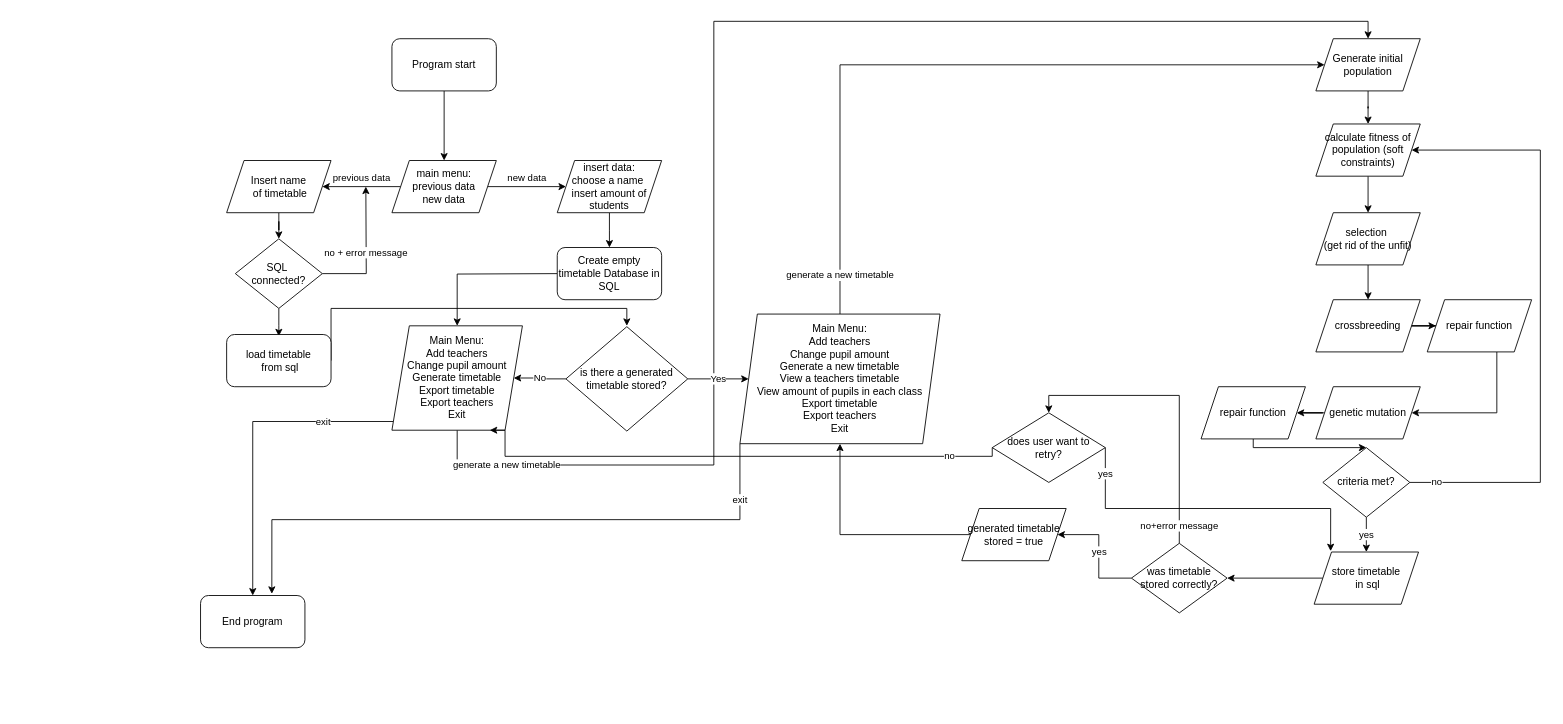
Fsmart2164/NEA-v1 keeps this draw.io diagram as NEA.drawio. Above is the earlier version. Source tidied: cells renumbered, new cells numbered last; positions are measured from the earlier drawing's top-left corner, leaving out a move shared by most shapes. Both pictures are drawn from the tidied source at 87%, with x=0, y=0 at pixel (200, 21).
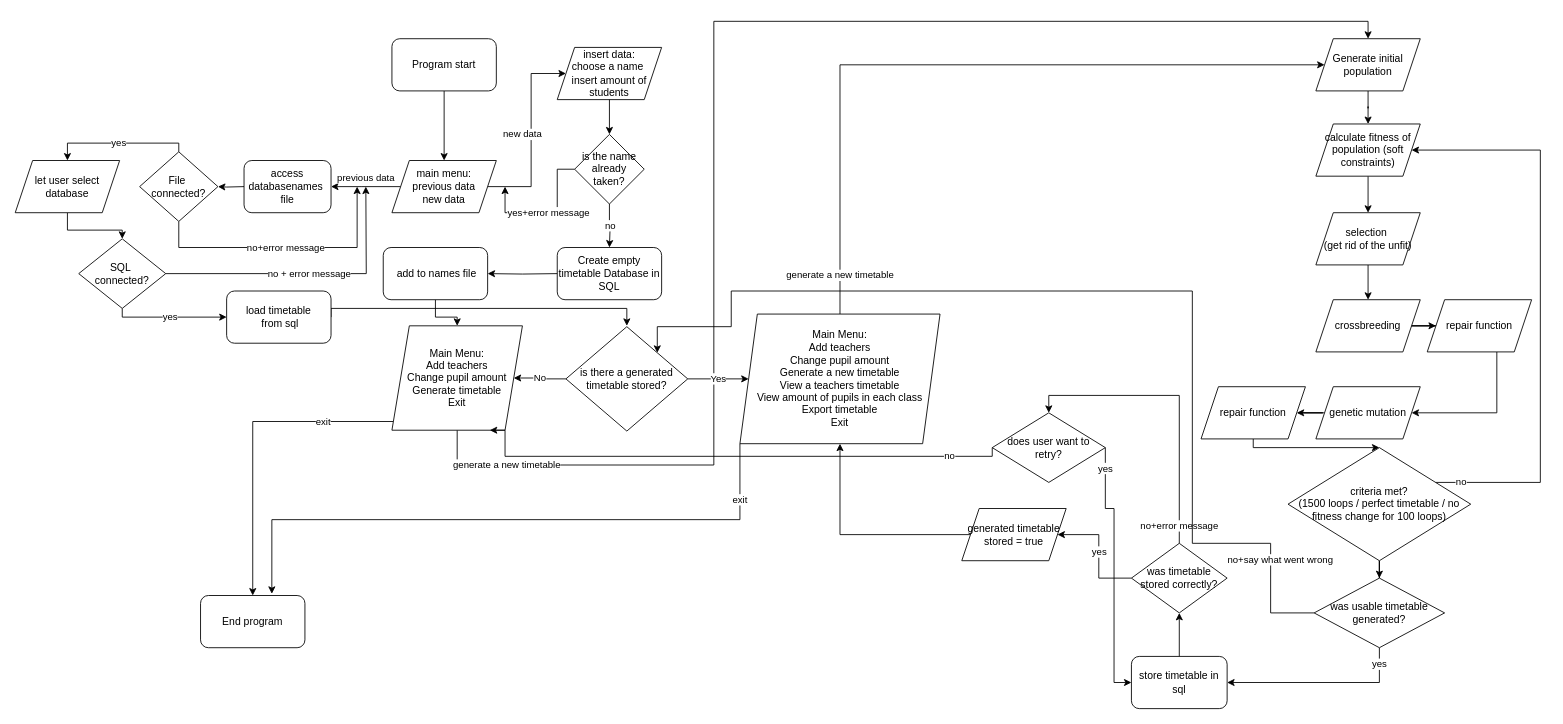
The same page after the edit.

Unchanged cells that the change refers to:
```xml
<mxCell id="6" value="main menu:&lt;br&gt;previous data&lt;br&gt;new data" style="shape=parallelogram;perimeter=parallelogramPerimeter;whiteSpace=wrap;html=1;fixedSize=1;" parent="1" vertex="1">
  <mxGeometry x="220" y="160" width="120" height="60" as="geometry" />
</mxCell>
<mxCell id="21" value="is there a generated timetable stored?" style="rhombus;whiteSpace=wrap;html=1;" parent="1" vertex="1">
  <mxGeometry x="420" y="351" width="140" height="120" as="geometry" />
</mxCell>
<mxCell id="24" value="&lt;div&gt;Create empty timetable Database in SQL&lt;/div&gt;" style="rounded=1;whiteSpace=wrap;html=1;" parent="1" vertex="1">
  <mxGeometry x="410" y="260" width="120" height="60" as="geometry" />
</mxCell>
<mxCell id="47" value="was timetable stored correctly?" style="rhombus;whiteSpace=wrap;html=1;" parent="1" vertex="1">
  <mxGeometry x="1070" y="600" width="110" height="80" as="geometry" />
</mxCell>
<mxCell id="50" value="does user want to retry?" style="rhombus;whiteSpace=wrap;html=1;" parent="1" vertex="1">
  <mxGeometry x="910" y="450" width="130" height="80" as="geometry" />
</mxCell>
```

The edit, as a diff of the source:
```diff
@@
-    <mxCell id="4" value="previous data" style="edgeStyle=orthogonalEdgeStyle;rounded=0;jettySize=auto;html=1;" parent="1" edge="1" source="6" target="8">
-      <mxGeometry y="-10" relative="1" as="geometry" />
+    <mxCell id="4" value="previous data" style="edgeStyle=orthogonalEdgeStyle;rounded=0;jettySize=auto;html=1;entryX=1;entryY=0.5;entryDx=0;entryDy=0;" parent="1" edge="1" source="6">
+      <mxGeometry y="-10" relative="1" as="geometry">
+        <mxPoint x="150" y="190" as="targetPoint" />
+      </mxGeometry>
     </mxCell>
     <mxCell id="5" value="new data" style="edgeStyle=orthogonalEdgeStyle;rounded=0;jettySize=auto;html=1;" parent="1" edge="1" source="6" target="14">
-      <mxGeometry y="10" relative="1" as="geometry" />
+      <mxGeometry y="10" relative="1" as="geometry">
+        <Array as="points">
+          <mxPoint x="380" y="190" />
+          <mxPoint x="380" y="60" />
+        </Array>
+      </mxGeometry>
     </mxCell>
@@
-    <mxCell id="8" value="&lt;div&gt;&lt;span style=&quot;background-color: transparent; color: light-dark(rgb(0, 0, 0), rgb(255, 255, 255));&quot;&gt;Insert name&lt;/span&gt;&lt;/div&gt;&lt;div&gt;&lt;span style=&quot;background-color: transparent; color: light-dark(rgb(0, 0, 0), rgb(255, 255, 255));&quot;&gt;&amp;nbsp;of timetable&lt;/span&gt;&lt;/div&gt;" style="shape=parallelogram;perimeter=parallelogramPerimeter;whiteSpace=wrap;html=1;fixedSize=1;" parent="1" vertex="1">
-      <mxGeometry x="30" y="160" width="120" height="60" as="geometry" />
+    <mxCell id="8" value="&lt;div&gt;let user select database&lt;/div&gt;" style="shape=parallelogram;perimeter=parallelogramPerimeter;whiteSpace=wrap;html=1;fixedSize=1;" parent="1" vertex="1">
+      <mxGeometry x="-213" y="160" width="120" height="60" as="geometry" />
     </mxCell>
@@
-    <mxCell id="10" style="edgeStyle=orthogonalEdgeStyle;rounded=0;jettySize=auto;html=1;" parent="1" edge="1" source="11">
+    <mxCell id="10" value="yes" style="edgeStyle=orthogonalEdgeStyle;rounded=0;jettySize=auto;html=1;entryX=0;entryY=0.5;entryDx=0;entryDy=0;" parent="1" edge="1" source="11" target="25">
       <mxGeometry relative="1" as="geometry">
-        <mxPoint x="90" y="362" as="targetPoint" />
+        <Array as="points">
+          <mxPoint x="-90" y="340" />
+        </Array>
       </mxGeometry>
     </mxCell>
     <mxCell id="11" value="SQL&amp;nbsp;&lt;div&gt;connected?&lt;/div&gt;" style="rhombus;whiteSpace=wrap;html=1;" parent="1" vertex="1">
-      <mxGeometry x="40" y="250" width="100" height="80" as="geometry" />
+      <mxGeometry x="-140" y="250" width="100" height="80" as="geometry" />
     </mxCell>
@@
-    <mxCell id="13" style="edgeStyle=orthogonalEdgeStyle;rounded=0;jettySize=auto;html=1;" parent="1" edge="1" source="14">
+    <mxCell id="13" value="no" style="edgeStyle=orthogonalEdgeStyle;rounded=0;jettySize=auto;html=1;entryX=0.5;entryY=0;entryDx=0;entryDy=0;" parent="1" edge="1" source="63" target="24">
       <mxGeometry relative="1" as="geometry">
-        <mxPoint x="470" y="260" as="targetPoint" />
+        <Array as="points">
+          <mxPoint x="470" y="230" />
+          <mxPoint x="471" y="260" />
+        </Array>
       </mxGeometry>
     </mxCell>
     <mxCell id="14" value="&lt;div&gt;insert data:&lt;/div&gt;choose a name&lt;span style=&quot;background-color: transparent; color: light-dark(rgb(0, 0, 0), rgb(255, 255, 255));&quot;&gt;&amp;nbsp;&lt;/span&gt;&lt;div&gt;&lt;span style=&quot;background-color: transparent; color: light-dark(rgb(0, 0, 0), rgb(255, 255, 255));&quot;&gt;insert amount of students&lt;/span&gt;&lt;/div&gt;" style="shape=parallelogram;perimeter=parallelogramPerimeter;whiteSpace=wrap;html=1;fixedSize=1;" parent="1" vertex="1">
-      <mxGeometry x="410" y="160" width="120" height="60" as="geometry" />
+      <mxGeometry x="410" y="30" width="120" height="60" as="geometry" />
     </mxCell>
-    <mxCell id="15" style="edgeStyle=orthogonalEdgeStyle;rounded=0;jettySize=auto;html=1;entryX=0.5;entryY=0;entryDx=0;entryDy=0;" parent="1" edge="1" target="18">
-      <mxGeometry relative="1" as="geometry">
-        <mxPoint x="410" y="290" as="sourcePoint" />
-      </mxGeometry>
+    <mxCell id="15" style="edgeStyle=orthogonalEdgeStyle;rounded=0;jettySize=auto;html=1;entryX=0.5;entryY=0;entryDx=0;entryDy=0;" parent="1" edge="1" source="65" target="18">
+      <mxGeometry relative="1" as="geometry" />
     </mxCell>
@@
-    <mxCell id="18" value="Main Menu:&lt;div&gt;Add teachers&lt;/div&gt;&lt;div&gt;&lt;span style=&quot;background-color: transparent; color: light-dark(rgb(0, 0, 0), rgb(255, 255, 255));&quot;&gt;Change pupil amount&lt;/span&gt;&lt;/div&gt;&lt;div&gt;&lt;div&gt;Generate timetable&lt;/div&gt;&lt;/div&gt;&lt;div&gt;Export timetable&lt;/div&gt;&lt;div&gt;Export teachers&lt;/div&gt;&lt;div&gt;Exit&lt;/div&gt;" style="shape=parallelogram;perimeter=parallelogramPerimeter;whiteSpace=wrap;html=1;fixedSize=1;" parent="1" vertex="1">
+    <mxCell id="18" value="Main Menu:&lt;div&gt;Add teachers&lt;/div&gt;&lt;div&gt;&lt;span style=&quot;background-color: transparent; color: light-dark(rgb(0, 0, 0), rgb(255, 255, 255));&quot;&gt;Change pupil amount&lt;/span&gt;&lt;/div&gt;&lt;div&gt;&lt;div&gt;Generate timetable&lt;/div&gt;&lt;/div&gt;&lt;div&gt;Exit&lt;/div&gt;" style="shape=parallelogram;perimeter=parallelogramPerimeter;whiteSpace=wrap;html=1;fixedSize=1;" parent="1" vertex="1">
       <mxGeometry x="220" y="350" width="150" height="120" as="geometry" />
     </mxCell>
@@
-    <mxCell id="23" value="Main Menu:&lt;div&gt;Add teachers&lt;/div&gt;&lt;div&gt;Change pupil amount&lt;/div&gt;&lt;div&gt;Generate a new timetable&lt;/div&gt;&lt;div&gt;View a teachers timetable&lt;/div&gt;&lt;div&gt;View amount of pupils in each class&lt;/div&gt;&lt;div&gt;&lt;div&gt;Export timetable&lt;/div&gt;&lt;div&gt;Export teachers&lt;/div&gt;&lt;/div&gt;&lt;div&gt;Exit&lt;/div&gt;" style="shape=parallelogram;perimeter=parallelogramPerimeter;whiteSpace=wrap;html=1;fixedSize=1;" parent="1" vertex="1">
+    <mxCell id="23" value="Main Menu:&lt;div&gt;Add teachers&lt;/div&gt;&lt;div&gt;Change pupil amount&lt;/div&gt;&lt;div&gt;Generate a new timetable&lt;/div&gt;&lt;div&gt;View a teachers timetable&lt;/div&gt;&lt;div&gt;View amount of pupils in each class&lt;/div&gt;&lt;div&gt;&lt;div&gt;Export timetable&lt;/div&gt;&lt;div&gt;&lt;span style=&quot;background-color: transparent; color: light-dark(rgb(0, 0, 0), rgb(255, 255, 255));&quot;&gt;Exit&lt;/span&gt;&lt;/div&gt;&lt;/div&gt;" style="shape=parallelogram;perimeter=parallelogramPerimeter;whiteSpace=wrap;html=1;fixedSize=1;" parent="1" vertex="1">
       <mxGeometry x="620" y="336.5" width="230" height="149" as="geometry" />
     </mxCell>
@@
     <mxCell id="25" value="&lt;div&gt;load timetable&lt;/div&gt;&lt;div&gt;&amp;nbsp;from sql&lt;/div&gt;" style="rounded=1;whiteSpace=wrap;html=1;" parent="1" vertex="1">
-      <mxGeometry x="30" y="360" width="120" height="60" as="geometry" />
+      <mxGeometry x="30" y="310" width="120" height="60" as="geometry" />
     </mxCell>
@@
-    <mxCell id="41" value="yes" style="edgeStyle=orthogonalEdgeStyle;rounded=0;jettySize=auto;html=1;" parent="1" edge="1" source="42" target="44">
-      <mxGeometry relative="1" as="geometry" />
-    </mxCell>
+    <mxCell id="55" style="edgeStyle=orthogonalEdgeStyle;rounded=0;jettySize=auto;html=1;" parent="1" edge="1" source="42" target="69">
+      <mxGeometry relative="1" as="geometry" />
+    </mxCell>
-    <mxCell id="42" value="criteria met?" style="rhombus;whiteSpace=wrap;html=1;" parent="1" vertex="1">
-      <mxGeometry x="1290" y="490" width="100" height="80" as="geometry" />
+    <mxCell id="42" value="criteria met?&lt;div&gt;(1500 loops / perfect timetable / no fitness change for 100 loops)&lt;/div&gt;" style="rhombus;whiteSpace=wrap;html=1;" parent="1" vertex="1">
+      <mxGeometry x="1250" y="490" width="210" height="130" as="geometry" />
     </mxCell>
-    <mxCell id="43" style="edgeStyle=orthogonalEdgeStyle;rounded=0;jettySize=auto;html=1;" parent="1" edge="1" source="44" target="47">
+    <mxCell id="43" style="edgeStyle=orthogonalEdgeStyle;rounded=0;jettySize=auto;html=1;exitX=0.5;exitY=0;exitDx=0;exitDy=0;" parent="1" edge="1" source="44" target="47">
       <mxGeometry relative="1" as="geometry" />
     </mxCell>
-    <mxCell id="44" value="store timetable&lt;div&gt;&amp;nbsp;in sql&lt;/div&gt;" style="shape=parallelogram;perimeter=parallelogramPerimeter;whiteSpace=wrap;html=1;fixedSize=1;" parent="1" vertex="1">
-      <mxGeometry x="1280" y="610" width="120" height="60" as="geometry" />
-    </mxCell>
@@
-    <mxCell id="51" value="yes" style="edgeStyle=orthogonalEdgeStyle;rounded=0;jettySize=auto;html=1;entryX=0.158;entryY=-0.017;entryDx=0;entryDy=0;entryPerimeter=0;" parent="1" edge="1" source="50" target="44">
+    <mxCell id="51" value="yes" style="edgeStyle=orthogonalEdgeStyle;rounded=0;jettySize=auto;html=1;entryX=0;entryY=0.5;entryDx=0;entryDy=0;" parent="1" edge="1" source="50" target="44">
       <mxGeometry x="-0.84" relative="1" as="geometry">
         <Array as="points">
           <mxPoint x="1040" y="560" />
-          <mxPoint x="1299" y="560" />
+          <mxPoint x="1050" y="560" />
+          <mxPoint x="1050" y="760" />
         </Array>
       </mxGeometry>
     </mxCell>
@@
+    <mxCell id="56" style="edgeStyle=orthogonalEdgeStyle;rounded=0;jettySize=auto;html=1;" parent="1" edge="1" target="59">
+      <mxGeometry relative="1" as="geometry">
+        <mxPoint x="50" y="190" as="sourcePoint" />
+      </mxGeometry>
+    </mxCell>
+    <mxCell id="57" value="yes" style="edgeStyle=orthogonalEdgeStyle;rounded=0;jettySize=auto;html=1;entryX=0.5;entryY=0;entryDx=0;entryDy=0;" parent="1" edge="1" source="59" target="8">
+      <mxGeometry relative="1" as="geometry">
+        <Array as="points">
+          <mxPoint x="-25" y="140" />
+          <mxPoint x="-153" y="140" />
+        </Array>
+      </mxGeometry>
+    </mxCell>
+    <mxCell id="58" value="no+error message" style="edgeStyle=orthogonalEdgeStyle;rounded=0;jettySize=auto;html=1;" parent="1" edge="1" source="59">
+      <mxGeometry relative="1" as="geometry">
+        <mxPoint x="180" y="190" as="targetPoint" />
+        <Array as="points">
+          <mxPoint x="-25" y="260" />
+          <mxPoint x="180" y="260" />
+        </Array>
+      </mxGeometry>
+    </mxCell>
+    <mxCell id="59" value="File&amp;nbsp;&lt;div&gt;connected?&lt;/div&gt;" style="rhombus;whiteSpace=wrap;html=1;" parent="1" vertex="1">
+      <mxGeometry x="-70" y="150" width="90" height="80" as="geometry" />
+    </mxCell>
+    <mxCell id="60" value="access databasenames&amp;nbsp;&lt;div&gt;file&lt;/div&gt;" style="rounded=1;whiteSpace=wrap;html=1;" parent="1" vertex="1">
+      <mxGeometry x="50" y="160" width="100" height="60" as="geometry" />
+    </mxCell>
+    <mxCell id="61" style="edgeStyle=orthogonalEdgeStyle;rounded=0;jettySize=auto;html=1;" parent="1" edge="1" source="14" target="63">
+      <mxGeometry relative="1" as="geometry" />
+    </mxCell>
+    <mxCell id="62" value="yes+error message" style="edgeStyle=orthogonalEdgeStyle;rounded=0;jettySize=auto;html=1;" parent="1" edge="1" source="63">
+      <mxGeometry relative="1" as="geometry">
+        <mxPoint x="350" y="190" as="targetPoint" />
+        <Array as="points">
+          <mxPoint x="410" y="170" />
+          <mxPoint x="410" y="220" />
+          <mxPoint x="350" y="220" />
+        </Array>
+      </mxGeometry>
+    </mxCell>
+    <mxCell id="63" value="is the name already taken?" style="rhombus;whiteSpace=wrap;html=1;" parent="1" vertex="1">
+      <mxGeometry x="430" y="130" width="80" height="80" as="geometry" />
+    </mxCell>
+    <mxCell id="64" style="edgeStyle=orthogonalEdgeStyle;rounded=0;jettySize=auto;html=1;entryX=1;entryY=0.5;entryDx=0;entryDy=0;" parent="1" edge="1" target="65">
+      <mxGeometry relative="1" as="geometry">
+        <mxPoint x="410" y="290" as="sourcePoint" />
+      </mxGeometry>
+    </mxCell>
+    <mxCell id="65" value="&amp;nbsp;add to names file" style="rounded=1;whiteSpace=wrap;html=1;" parent="1" vertex="1">
+      <mxGeometry x="210" y="260" width="120" height="60" as="geometry" />
+    </mxCell>
+    <mxCell id="66" value="yes" style="edgeStyle=orthogonalEdgeStyle;rounded=0;jettySize=auto;html=1;entryX=1;entryY=0.5;entryDx=0;entryDy=0;" parent="1" edge="1" source="69" target="44">
+      <mxGeometry x="-0.82" relative="1" as="geometry">
+        <Array as="points">
+          <mxPoint x="1355" y="760" />
+        </Array>
+      </mxGeometry>
+    </mxCell>
+    <mxCell id="67" style="edgeStyle=orthogonalEdgeStyle;rounded=0;jettySize=auto;html=1;entryX=1;entryY=0;entryDx=0;entryDy=0;" parent="1" edge="1" source="69" target="21">
+      <mxGeometry relative="1" as="geometry">
+        <Array as="points">
+          <mxPoint x="1230" y="680" />
+          <mxPoint x="1230" y="600" />
+          <mxPoint x="1140" y="600" />
+          <mxPoint x="1140" y="310" />
+          <mxPoint x="610" y="310" />
+          <mxPoint x="610" y="351" />
+          <mxPoint x="525" y="351" />
+        </Array>
+      </mxGeometry>
+    </mxCell>
+    <mxCell id="68" value="no+say what went wrong" style="edgeLabel;html=1;align=center;verticalAlign=middle;" parent="67" vertex="1">
+      <mxGeometry x="-0.8" y="2" relative="1" as="geometry">
+        <mxPoint x="12" y="8" as="offset" />
+      </mxGeometry>
+    </mxCell>
+    <mxCell id="69" value="was usable timetable generated?" style="rhombus;whiteSpace=wrap;html=1;" parent="1" vertex="1">
+      <mxGeometry x="1280" y="640" width="150" height="80" as="geometry" />
+    </mxCell>
+    <mxCell id="44" value="store timetable in sql" style="rounded=1;whiteSpace=wrap;html=1;" parent="1" vertex="1">
+      <mxGeometry x="1070" y="730" width="110" height="60" as="geometry" />
+    </mxCell>
```
